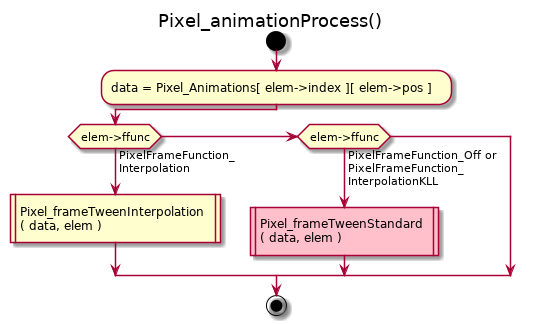
Earlier version of the PlantUML export doc/uml/Pixel_animationProcess.png (kluelogic/controller). Source of this version:
```plantuml
@startuml
title Pixel_animationProcess()
start
:data = Pixel_Animations[ elem->index ][ elem->pos ];
if (elem->ffunc) then (PixelFrameFunction_\nInterpolation)
 :Pixel_frameTweenInterpolation\n( data, elem )|
elseif (elem->ffunc) then (PixelFrameFunction_Off or\nPixelFrameFunction_\nInterpolationKLL)
 #Pink:Pixel_frameTweenStandard\n( data, elem )|
endif
stop
@enduml
```
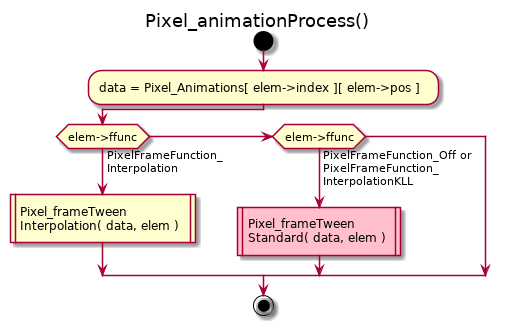
Later version of the same file.

Change to the diagram source:
```diff
@@ -3,9 +3,9 @@
 start
 :data = Pixel_Animations[ elem->index ][ elem->pos ];
 if (elem->ffunc) then (PixelFrameFunction_\nInterpolation)
- :Pixel_frameTweenInterpolation\n( data, elem )|
+ :Pixel_frameTween\nInterpolation( data, elem )|
 elseif (elem->ffunc) then (PixelFrameFunction_Off or\nPixelFrameFunction_\nInterpolationKLL)
- #Pink:Pixel_frameTweenStandard\n( data, elem )|
+ #Pink:Pixel_frameTween\nStandard( data, elem )|
 endif
 stop
 @enduml
```
